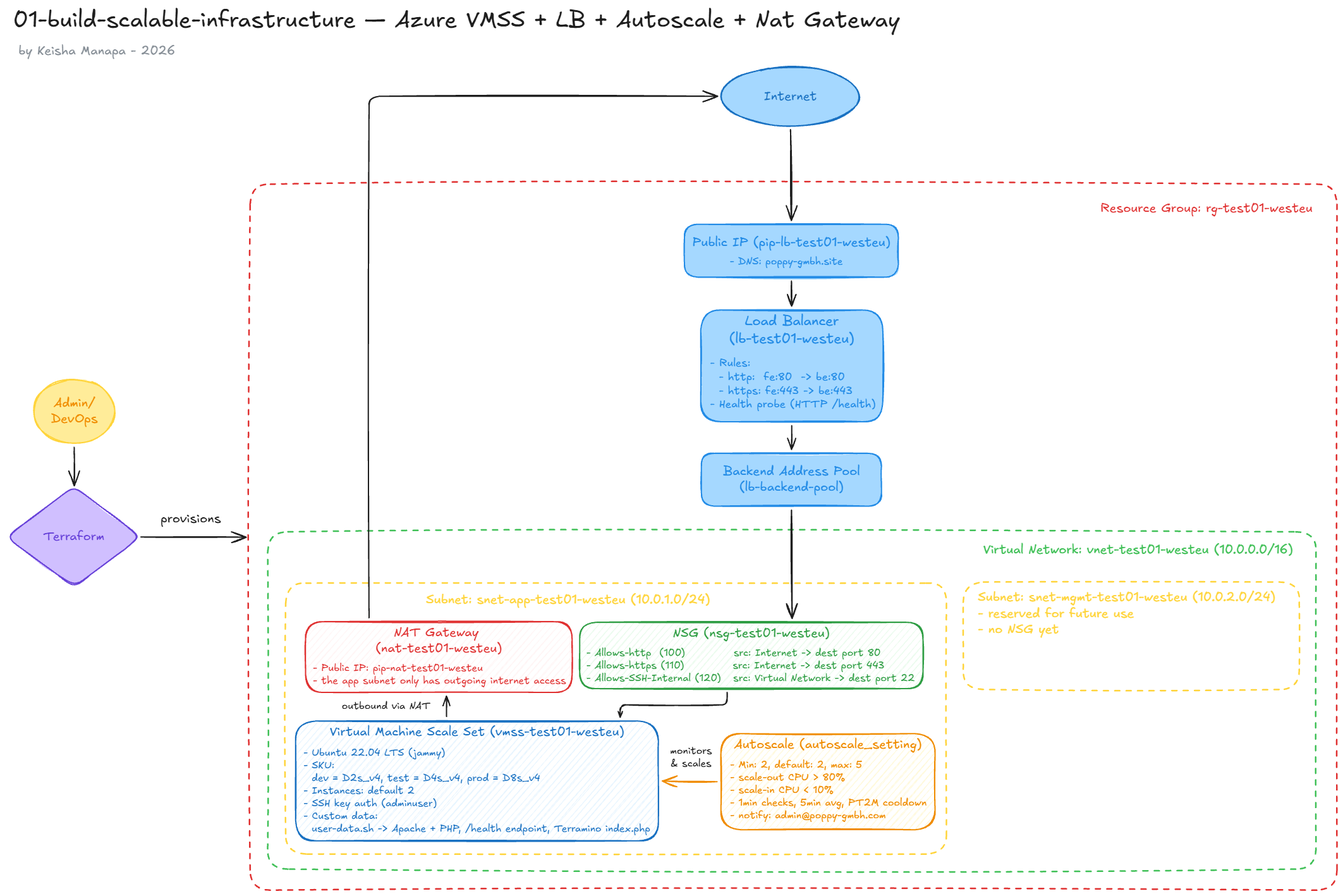
emlykf/Azure-Terraform-Projects keeps this Excalidraw diagram as 01-building-scalable-infrastructure/architecture-diagram.png. Above is the earlier version. Source tidied: one line per element, renumbered; positions are measured from the earlier drawing's top-left corner, leaving out a move shared by most shapes. The source it was exported from:
```json
{"id": 0, "type": "rectangle", "strokeColor": "#2f9e44", "backgroundColor": "#ebfbee", "fillStyle": "hachure", "strokeWidth": 2, "roughness": 1, "round": true, "x": 907, "y": 974, "width": 543, "height": 105}
{"id": 1, "type": "text", "text": "NSG (nsg-test01-westeu)", "strokeColor": "#2f9e44", "backgroundColor": "#b2f2bb", "fillStyle": "solid", "strokeWidth": 2, "roughness": 1, "fontSize": 20, "fontFamily": 5, "textAlign": "center", "inside": 0, "x": 1055, "y": 979, "width": 248, "height": 25}
{"id": 2, "type": "text", "text": "- Allows-http  (100)            src: Internet -> dest port 80\n- Allows-https (110)            src: Internet -> dest port 443\n- Allows-SSH-Internal (120)   src: Virtual Network -> dest port 22", "strokeColor": "#2f9e44", "backgroundColor": "#b2f2bb", "fillStyle": "solid", "strokeWidth": 2, "roughness": 1, "fontSize": 16, "fontFamily": 5, "x": 918, "y": 1013, "width": 530, "height": 60}
{"id": 3, "type": "rectangle", "strokeColor": "#e03131", "backgroundColor": "#fff5f5", "fillStyle": "hachure", "strokeWidth": 2, "roughness": 1, "round": true, "x": 473, "y": 973, "width": 422, "height": 112}
{"id": 4, "type": "text", "text": "NAT Gateway \n(nat-test01-westeu)", "strokeColor": "#e03131", "backgroundColor": "#ffec99", "fillStyle": "hachure", "strokeWidth": 2, "roughness": 1, "fontSize": 20, "fontFamily": 5, "textAlign": "center", "inside": 3, "x": 584, "y": 978, "width": 200, "height": 50}
{"id": 5, "type": "text", "text": "- Public IP: pip-nat-test01-westeu\n- the app subnet only has outgoing internet access", "strokeColor": "#e03131", "backgroundColor": "#ffec99", "fillStyle": "hachure", "strokeWidth": 2, "roughness": 1, "fontSize": 16, "fontFamily": 5, "x": 485, "y": 1037, "width": 408, "height": 40}
{"id": 6, "type": "rectangle", "strokeColor": "#1971c2", "backgroundColor": "#e7f5ff", "fillStyle": "hachure", "strokeWidth": 2, "roughness": 1, "round": true, "x": 458, "y": 1130, "width": 574, "height": 189}
{"id": 7, "type": "text", "text": "Virtual Machine Scale Set (vmss-test01-westeu)", "strokeColor": "#1971c2", "backgroundColor": "#e7f5ff", "fillStyle": "hachure", "strokeWidth": 2, "roughness": 1, "fontSize": 20, "fontFamily": 5, "textAlign": "center", "inside": 6, "x": 512, "y": 1135, "width": 466, "height": 25}
{"id": 8, "type": "text", "text": "- Ubuntu 22.04 LTS (jammy)\n- SKU:\n  dev = D2s_v4, test = D4s_v4, prod = D8s_v4\n- Instances: default 2\n- SSH key auth (adminuser)\n- Custom data:\n  user-data.sh -> Apache + PHP, /health endpoint, Terramino index.php", "strokeColor": "#1971c2", "backgroundColor": "#e7f5ff", "fillStyle": "hachure", "strokeWidth": 2, "roughness": 1, "fontSize": 16, "fontFamily": 5, "x": 470, "y": 1171, "width": 555, "height": 140}
{"id": 9, "type": "rectangle", "strokeColor": "#f08c00", "backgroundColor": "#fff9db", "fillStyle": "hachure", "strokeWidth": 2, "roughness": 1, "round": true, "x": 1131, "y": 1150, "width": 339, "height": 152}
{"id": 10, "type": "text", "text": "Autoscale (autoscale_setting)", "strokeColor": "#f08c00", "backgroundColor": "#fff9db", "fillStyle": "hachure", "strokeWidth": 2, "roughness": 1, "fontSize": 20, "fontFamily": 5, "textAlign": "center", "inside": 9, "x": 1152, "y": 1155, "width": 297, "height": 25}
{"id": 11, "type": "text", "text": "- Min: 2, default: 2, max: 5\n- scale-out CPU > 80%\n- scale-in CPU < 10%\n- 1min checks, 5min avg, PT2M cooldown\n- notify: admin@poppy-gmbh.com", "strokeColor": "#f08c00", "backgroundColor": "#fff9db", "fillStyle": "hachure", "strokeWidth": 2, "roughness": 1, "fontSize": 16, "fontFamily": 5, "x": 1146, "y": 1190, "width": 315, "height": 100}
{"id": 12, "type": "arrow", "strokeColor": "#f08c00", "backgroundColor": "#fff9db", "fillStyle": "hachure", "strokeWidth": 2, "roughness": 1, "endArrowhead": "arrow", "from": 9, "to": 6, "x": 1125, "y": 1226, "width": 87, "height": 1, "points": [[0, 0], [-87, -1]]}
{"id": 13, "type": "text", "text": "monitors\n& scales", "strokeColor": "#1e1e1e", "backgroundColor": "#fff9db", "fillStyle": "hachure", "strokeWidth": 2, "roughness": 1, "fontSize": 16, "fontFamily": 5, "textAlign": "center", "x": 1042, "y": 1168, "width": 83, "height": 40}
{"id": 14, "type": "arrow", "strokeColor": "#1e1e1e", "backgroundColor": "#fff9db", "fillStyle": "hachure", "strokeWidth": 2, "roughness": 1, "endArrowhead": "arrow", "from": 0, "to": 6, "x": 1140, "y": 1085, "width": 169, "height": 39, "points": [[0, 0], [0, 20], [-169, 20], [-169, 39]]}
{"id": 15, "type": "arrow", "strokeColor": "#1e1e1e", "backgroundColor": "#fff9db", "fillStyle": "hachure", "strokeWidth": 2, "roughness": 1, "endArrowhead": "arrow", "to": 3, "x": 697, "y": 1123, "width": 0, "height": 32, "points": [[0, 0], [0, -32]]}
{"id": 16, "type": "rectangle", "strokeColor": "#ffd43b", "strokeWidth": 2, "strokeStyle": "dashed", "roughness": 1, "round": true, "x": 442, "y": 912, "width": 1046, "height": 428}
{"id": 17, "type": "text", "text": "Subnet: snet-app-test01-westeu (10.0.1.0/24)", "strokeColor": "#ffd43b", "strokeWidth": 2, "strokeStyle": "dashed", "roughness": 1, "fontSize": 20.05, "fontFamily": 5, "x": 664, "y": 926, "width": 449, "height": 25}
{"id": 18, "type": "rectangle", "strokeColor": "#ffd43b", "strokeWidth": 2, "strokeStyle": "dashed", "roughness": 1, "round": true, "x": 1514, "y": 910, "width": 532, "height": 170}
{"id": 19, "type": "text", "text": "Subnet: snet-mgmt-test01-westeu (10.0.2.0/24)\n- reserved for future use\n- no NSG yet", "strokeColor": "#ffd43b", "strokeWidth": 2, "strokeStyle": "dashed", "roughness": 1, "fontSize": 20.05, "fontFamily": 5, "x": 1537, "y": 923, "width": 471, "height": 75}
{"id": 20, "type": "rectangle", "strokeColor": "#40c057", "strokeWidth": 2, "strokeStyle": "dashed", "roughness": 1, "round": true, "x": 414, "y": 831, "width": 1659, "height": 533}
{"id": 21, "type": "text", "text": "Virtual Network: vnet-test01-westeu (10.0.0.0/16)", "strokeColor": "#40c057", "strokeWidth": 2, "strokeStyle": "dashed", "roughness": 1, "fontSize": 20, "fontFamily": 5, "x": 1546, "y": 847, "width": 490, "height": 25}
{"id": 22, "type": "rectangle", "strokeColor": "#228be6", "backgroundColor": "#a5d8ff", "fillStyle": "solid", "strokeWidth": 2, "roughness": 1, "round": true, "x": 1100, "y": 707, "width": 285, "height": 84}
{"id": 23, "type": "text", "text": "Backend Address Pool\n(lb-backend-pool)", "strokeColor": "#228be6", "backgroundColor": "#a5d8ff", "fillStyle": "solid", "strokeWidth": 2, "roughness": 1, "fontSize": 20, "fontFamily": 5, "textAlign": "center", "verticalAlign": "middle", "inside": 22, "x": 1134, "y": 724, "width": 217, "height": 50}
{"id": 24, "type": "arrow", "strokeColor": "#1e1e1e", "backgroundColor": "#a5d8ff", "fillStyle": "solid", "strokeWidth": 2, "roughness": 1, "endArrowhead": "arrow", "from": 22, "to": 0, "x": 1242, "y": 797, "width": 1, "height": 172, "points": [[0, 0], [1, 172]]}
{"id": 25, "type": "rectangle", "strokeColor": "#228be6", "backgroundColor": "#a5d8ff", "fillStyle": "solid", "strokeWidth": 2, "roughness": 1, "round": true, "x": 1099, "y": 480, "width": 288, "height": 177}
{"id": 26, "type": "text", "text": "Load Balancer\n(lb-test01-westeu)", "strokeColor": "#228be6", "backgroundColor": "#a5d8ff", "fillStyle": "solid", "strokeWidth": 2, "roughness": 1, "fontSize": 21.68, "fontFamily": 5, "textAlign": "center", "inside": 25, "x": 1144, "y": 485, "width": 198, "height": 54}
{"id": 27, "type": "text", "text": "- Rules:\n  - http:  fe:80  -> be:80\n  - https: fe:443 -> be:443\n- Health probe (HTTP /health)", "strokeColor": "#228be6", "backgroundColor": "#a5d8ff", "fillStyle": "solid", "strokeWidth": 2, "roughness": 1, "fontSize": 17.34, "fontFamily": 5, "x": 1114, "y": 554, "width": 268, "height": 87}
{"id": 28, "type": "arrow", "strokeColor": "#1e1e1e", "backgroundColor": "#a5d8ff", "fillStyle": "solid", "strokeWidth": 2, "roughness": 1, "endArrowhead": "arrow", "from": 25, "to": 22, "x": 1243, "y": 663, "width": 0, "height": 38, "points": [[0, 0], [0, 38]]}
{"id": 29, "type": "rectangle", "strokeColor": "#228be6", "backgroundColor": "#a5d8ff", "fillStyle": "solid", "strokeWidth": 2, "roughness": 1, "round": true, "x": 1073, "y": 345, "width": 339, "height": 84}
{"id": 30, "type": "text", "text": "Public IP (pip-lb-test01-westeu)\n", "strokeColor": "#228be6", "backgroundColor": "#a5d8ff", "fillStyle": "solid", "strokeWidth": 2, "roughness": 1, "fontSize": 20, "fontFamily": 5, "textAlign": "center", "verticalAlign": "middle", "inside": 29, "x": 1085, "y": 362, "width": 314, "height": 50}
{"id": 31, "type": "text", "text": "- DNS: poppy-gmbh.site", "strokeColor": "#228be6", "backgroundColor": "#a5d8ff", "fillStyle": "solid", "strokeWidth": 2, "roughness": 1, "fontSize": 16, "fontFamily": 5, "x": 1145, "y": 394, "width": 187, "height": 20}
{"id": 32, "type": "arrow", "strokeColor": "#1e1e1e", "backgroundColor": "#a5d8ff", "fillStyle": "solid", "strokeWidth": 2, "roughness": 1, "endArrowhead": "arrow", "from": 29, "to": 25, "x": 1242, "y": 434, "width": 0, "height": 40, "points": [[0, 0], [0, 40]]}
{"id": 33, "type": "rectangle", "strokeColor": "#e03131", "strokeWidth": 2, "strokeStyle": "dashed", "roughness": 1, "round": true, "x": 386, "y": 281, "width": 1720, "height": 1116}
{"id": 34, "type": "ellipse", "strokeColor": "#1971c2", "backgroundColor": "#a5d8ff", "fillStyle": "solid", "strokeWidth": 2, "roughness": 1, "round": true, "x": 1132, "y": 96, "width": 218, "height": 93}
{"id": 35, "type": "text", "text": "Internet", "strokeColor": "#1971c2", "backgroundColor": "#a5d8ff", "fillStyle": "solid", "strokeWidth": 2, "roughness": 1, "fontSize": 20, "fontFamily": 5, "textAlign": "center", "verticalAlign": "middle", "inside": 34, "x": 1199, "y": 130, "width": 84, "height": 25}
{"id": 36, "type": "arrow", "strokeColor": "#1e1e1e", "backgroundColor": "#a5d8ff", "fillStyle": "solid", "strokeWidth": 2, "roughness": 1, "endArrowhead": "arrow", "from": 34, "to": 29, "x": 1241, "y": 195, "width": 1, "height": 144, "points": [[0, 0], [1, 144]]}
{"id": 37, "type": "arrow", "strokeColor": "#1e1e1e", "backgroundColor": "#a5d8ff", "fillStyle": "solid", "strokeWidth": 2, "roughness": 1, "endArrowhead": "arrow", "from": 3, "to": 34, "x": 574, "y": 967, "width": 552, "height": 825, "points": [[0, 0], [0, -825], [552, -825]]}
{"id": 38, "type": "text", "text": "outbound via NAT", "strokeColor": "#1e1e1e", "backgroundColor": "#a5d8ff", "fillStyle": "solid", "strokeWidth": 2, "roughness": 1, "fontSize": 16, "fontFamily": 5, "x": 531, "y": 1097, "width": 140, "height": 20}
{"id": 39, "type": "text", "text": "Resource Group: rg-test01-westeu ", "strokeColor": "#e03131", "backgroundColor": "#a5d8ff", "fillStyle": "solid", "strokeWidth": 2, "roughness": 1, "fontSize": 20, "fontFamily": 5, "x": 1731, "y": 307, "width": 344, "height": 25}
{"id": 40, "type": "text", "text": "01-build-scalable-infrastructure — Azure VMSS + LB + Autoscale + Nat Gateway", "strokeColor": "#1e1e1e", "backgroundColor": "#a5d8ff", "fillStyle": "solid", "strokeWidth": 2, "roughness": 1, "fontSize": 36, "fontFamily": 5, "x": 11, "y": 0, "width": 1403, "height": 45}
{"id": 41, "type": "ellipse", "strokeColor": "#ffd43b", "backgroundColor": "#ffec99", "fillStyle": "solid", "strokeWidth": 2, "roughness": 1, "round": true, "x": 43, "y": 590, "width": 128, "height": 102}
{"id": 42, "type": "text", "text": "Admin/\nDevOps", "strokeColor": "#f08c00", "backgroundColor": "#ffec99", "fillStyle": "solid", "strokeWidth": 2, "roughness": 1, "fontSize": 20, "fontFamily": 5, "textAlign": "center", "verticalAlign": "middle", "inside": 41, "x": 71, "y": 615, "width": 74, "height": 50}
{"id": 43, "type": "diamond", "strokeColor": "#6741d9", "backgroundColor": "#d0bfff", "fillStyle": "solid", "strokeWidth": 2, "roughness": 1, "round": true, "x": 0, "y": 759, "width": 213, "height": 159}
{"id": 44, "type": "text", "text": "Terraform", "strokeColor": "#6741d9", "backgroundColor": "#d0bfff", "fillStyle": "solid", "strokeWidth": 2, "roughness": 1, "fontSize": 20, "fontFamily": 5, "textAlign": "center", "verticalAlign": "middle", "inside": 43, "x": 58, "y": 826, "width": 97, "height": 25}
{"id": 45, "type": "arrow", "strokeColor": "#1e1e1e", "backgroundColor": "#d0bfff", "fillStyle": "solid", "strokeWidth": 2, "roughness": 1, "endArrowhead": "arrow", "from": 41, "to": 43, "x": 107, "y": 697, "width": 0, "height": 61, "points": [[0, 0], [0, 61]]}
{"id": 46, "type": "arrow", "strokeColor": "#1e1e1e", "backgroundColor": "#d0bfff", "fillStyle": "solid", "strokeWidth": 2, "roughness": 1, "endArrowhead": "arrow", "from": 43, "to": 33, "x": 213, "y": 839, "width": 167, "height": 0, "points": [[0, 0], [167, 0]]}
{"id": 47, "type": "text", "text": "provisions", "strokeColor": "#1e1e1e", "backgroundColor": "#d0bfff", "fillStyle": "solid", "strokeWidth": 2, "roughness": 1, "fontSize": 20, "fontFamily": 5, "x": 244, "y": 798, "width": 95, "height": 25}
{"id": 48, "type": "text", "text": "by Keisha Manapa - 2026", "strokeColor": "#868e96", "backgroundColor": "#d0bfff", "fillStyle": "solid", "strokeWidth": 2, "roughness": 1, "fontSize": 20, "fontFamily": 5, "x": 19, "y": 58, "width": 248, "height": 25}
```
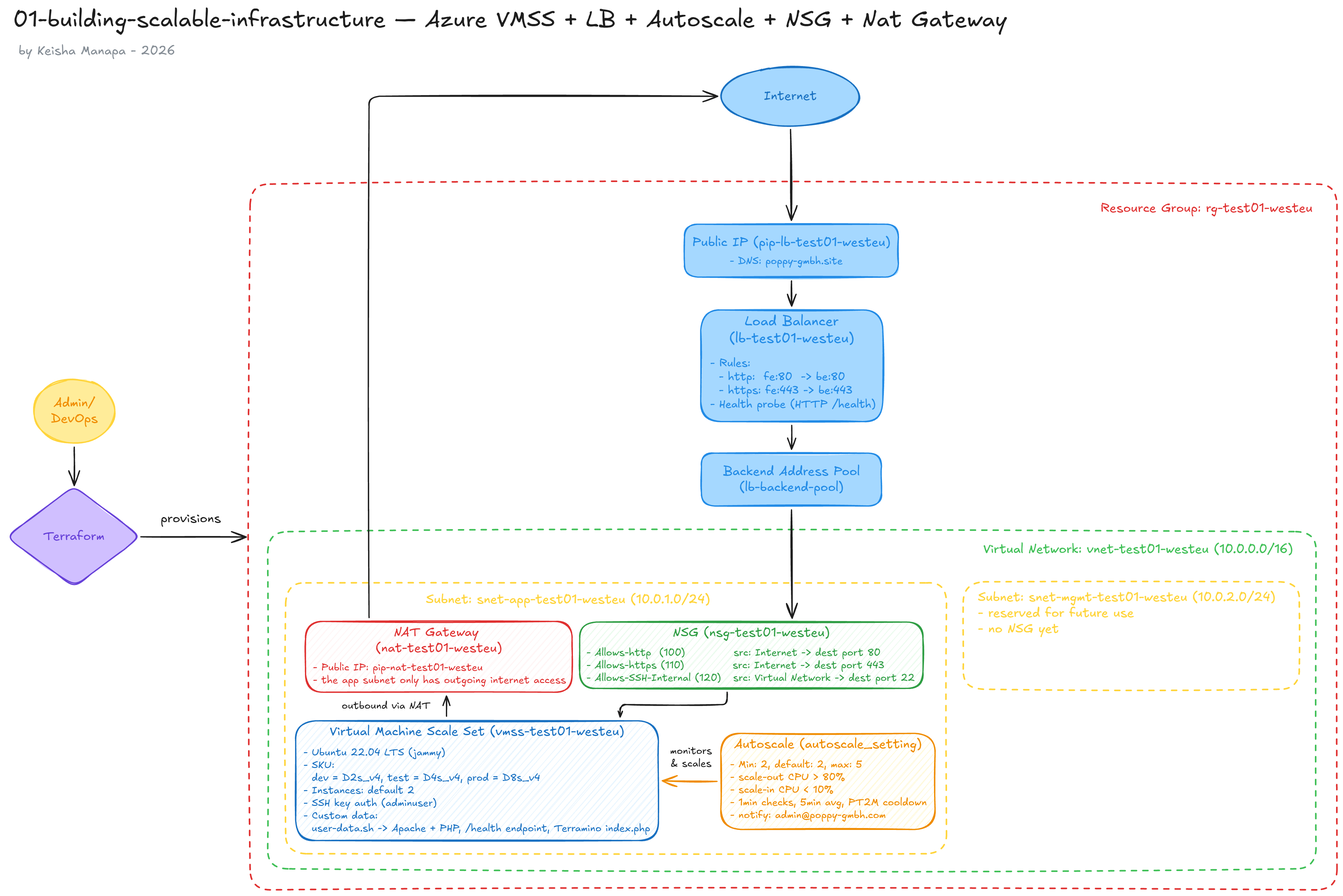
The same diagram one commit later.

The edit, as a diff of the source:
```diff
@@ -38,7 +38,7 @@
 {"id": 37, "type": "arrow", "strokeColor": "#1e1e1e", "backgroundColor": "#a5d8ff", "fillStyle": "solid", "strokeWidth": 2, "roughness": 1, "endArrowhead": "arrow", "from": 3, "to": 34, "x": 574, "y": 967, "width": 552, "height": 825, "points": [[0, 0], [0, -825], [552, -825]]}
 {"id": 38, "type": "text", "text": "outbound via NAT", "strokeColor": "#1e1e1e", "backgroundColor": "#a5d8ff", "fillStyle": "solid", "strokeWidth": 2, "roughness": 1, "fontSize": 16, "fontFamily": 5, "x": 531, "y": 1097, "width": 140, "height": 20}
 {"id": 39, "type": "text", "text": "Resource Group: rg-test01-westeu ", "strokeColor": "#e03131", "backgroundColor": "#a5d8ff", "fillStyle": "solid", "strokeWidth": 2, "roughness": 1, "fontSize": 20, "fontFamily": 5, "x": 1731, "y": 307, "width": 344, "height": 25}
-{"id": 40, "type": "text", "text": "01-build-scalable-infrastructure — Azure VMSS + LB + Autoscale + Nat Gateway", "strokeColor": "#1e1e1e", "backgroundColor": "#a5d8ff", "fillStyle": "solid", "strokeWidth": 2, "roughness": 1, "fontSize": 36, "fontFamily": 5, "x": 11, "y": 0, "width": 1403, "height": 45}
+{"id": 40, "type": "text", "text": "01-building-scalable-infrastructure — Azure VMSS + LB + Autoscale + NSG + Nat Gateway", "strokeColor": "#1e1e1e", "backgroundColor": "#a5d8ff", "fillStyle": "solid", "strokeWidth": 2, "roughness": 1, "fontSize": 36, "fontFamily": 5, "x": 11, "y": 0, "width": 1573, "height": 45}
 {"id": 41, "type": "ellipse", "strokeColor": "#ffd43b", "backgroundColor": "#ffec99", "fillStyle": "solid", "strokeWidth": 2, "roughness": 1, "round": true, "x": 43, "y": 590, "width": 128, "height": 102}
 {"id": 42, "type": "text", "text": "Admin/\nDevOps", "strokeColor": "#f08c00", "backgroundColor": "#ffec99", "fillStyle": "solid", "strokeWidth": 2, "roughness": 1, "fontSize": 20, "fontFamily": 5, "textAlign": "center", "verticalAlign": "middle", "inside": 41, "x": 71, "y": 615, "width": 74, "height": 50}
 {"id": 43, "type": "diamond", "strokeColor": "#6741d9", "backgroundColor": "#d0bfff", "fillStyle": "solid", "strokeWidth": 2, "roughness": 1, "round": true, "x": 0, "y": 759, "width": 213, "height": 159}
```
